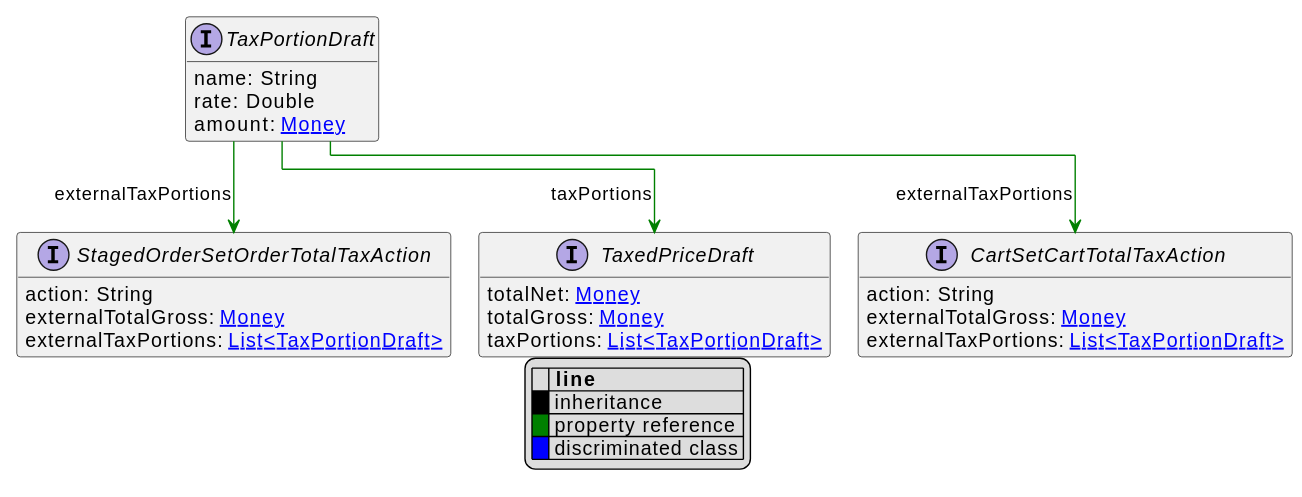
Before: uml/api/svg/TaxPortionDraft.svg, a diagram exported from PlantUML (commercetools/commercetools-api-reference).
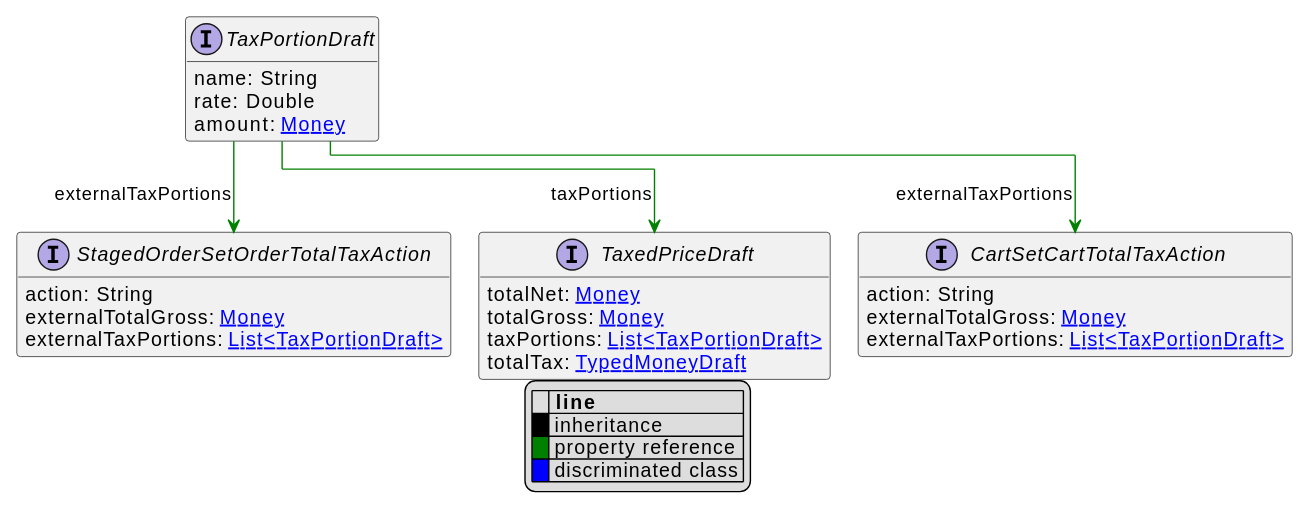
After the change.

Diff of the diagram source:
```diff
@@ -20,6 +20,7 @@
     totalNet: [[Money.svg Money]]
     totalGross: [[Money.svg Money]]
     taxPortions: [[TaxPortionDraft.svg List<TaxPortionDraft>]]
+    totalTax: [[TypedMoneyDraft.svg TypedMoneyDraft]]
 }
 interface CartSetCartTotalTaxAction [[CartSetCartTotalTaxAction.svg]]  {
     action: String
```
